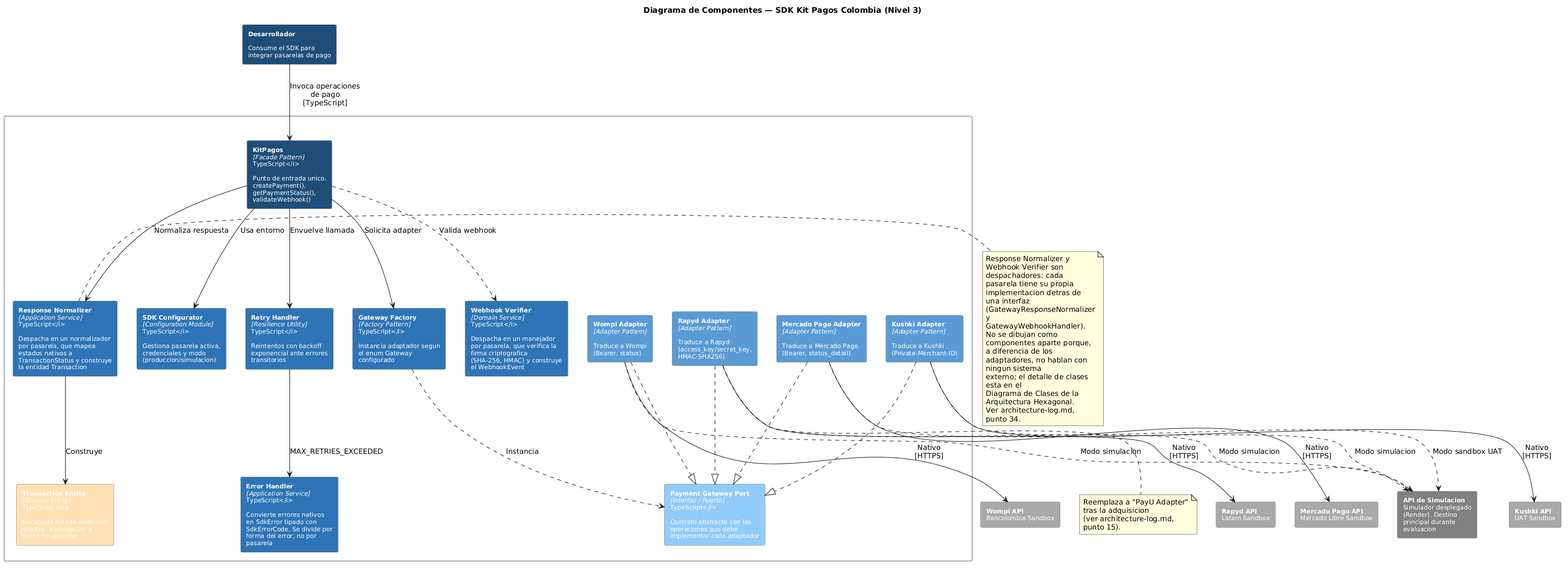
PurosBrothers/Kit-Pagos-Colombia---Tesis keeps this PlantUML diagram as docs/architecture/SDK/Component Diagram - C4.png. Above is the earlier version.
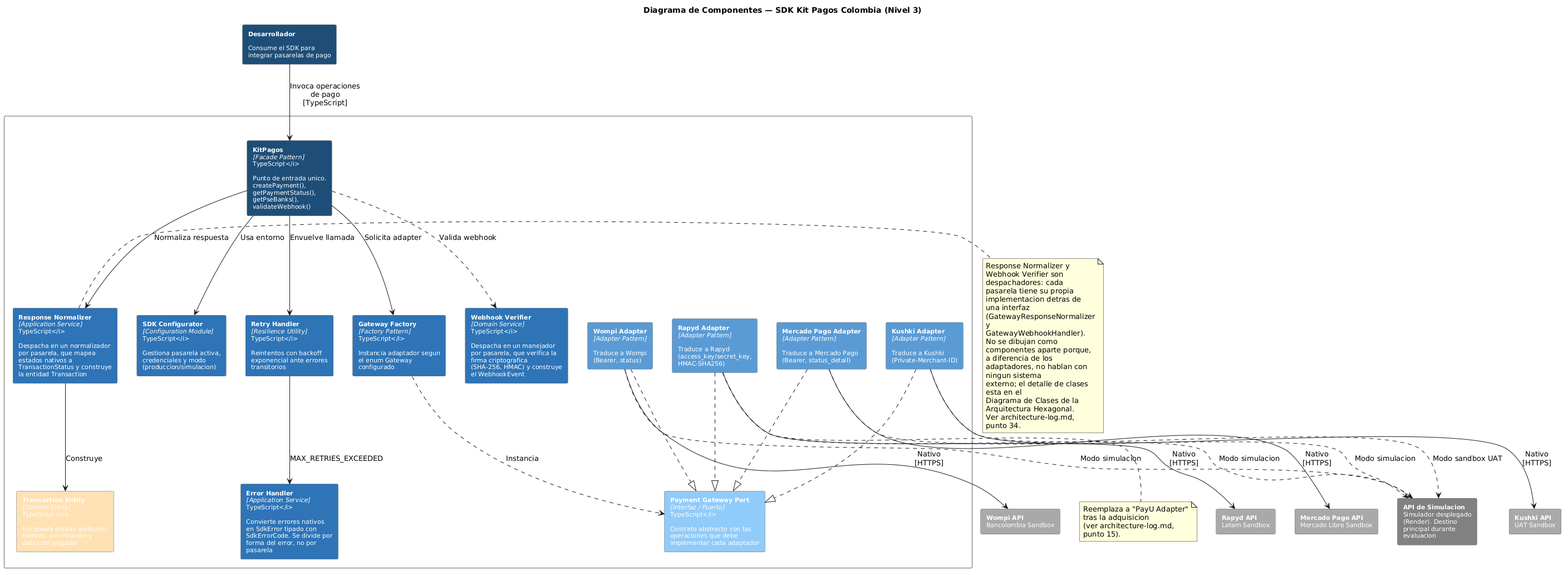
After the change.

The edit, as a diff of the source:
```diff
@@ -12,7 +12,7 @@
 rectangle "**Desarrollador**\n\nConsume el SDK para\nintegrar pasarelas de pago" as Dev #1F4E79
 
 rectangle "SDK Kit Pagos Colombia (Paquete npm / TypeScript)\n[container]" as System #FFFFFF {
-  rectangle "**KitPagos**\n<i>[Facade Pattern]\nTypeScript</i>\n\nPunto de entrada unico.\ncreatePayment(),\ngetPaymentStatus(),\nvalidateWebhook()" as Facade #1F4E79
+  rectangle "**KitPagos**\n<i>[Facade Pattern]\nTypeScript</i>\n\nPunto de entrada unico.\ncreatePayment(),\ngetPaymentStatus(),\ngetPseBanks(),\nvalidateWebhook()" as Facade #1F4E79
   rectangle "**SDK Configurator**\n<i>[Configuration Module]\nTypeScript</i>\n\nGestiona pasarela activa,\ncredenciales y modo\n(produccion/simulacion)" as Configurator #2E75B6
   rectangle "**Gateway Factory**\n<i>[Factory Pattern]\nTypeScript</i>\n\nInstancia adaptador segun\nel enum Gateway\nconfigurado" as Factory #2E75B6
   rectangle "**Payment Gateway Port**\n<i>[Interfaz / Puerto]\nTypeScript</i>\n\nContrato abstracto con las\noperaciones que debe\nimplementar cada adaptador" as Port #90CAF9
```
